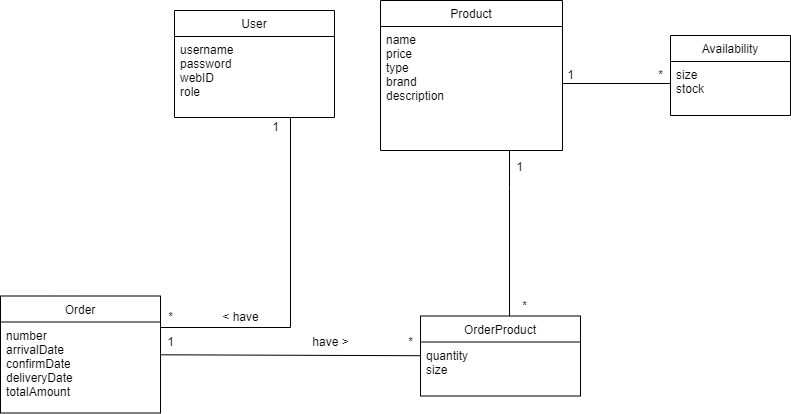
Earlier version of the draw.io export docs/images/domain_model.png (Arquisoft/dede_es5a). Source tidied: cells renumbered, new cells last; positions are measured from the earlier drawing's top-left corner, leaving out a move shared by most shapes.
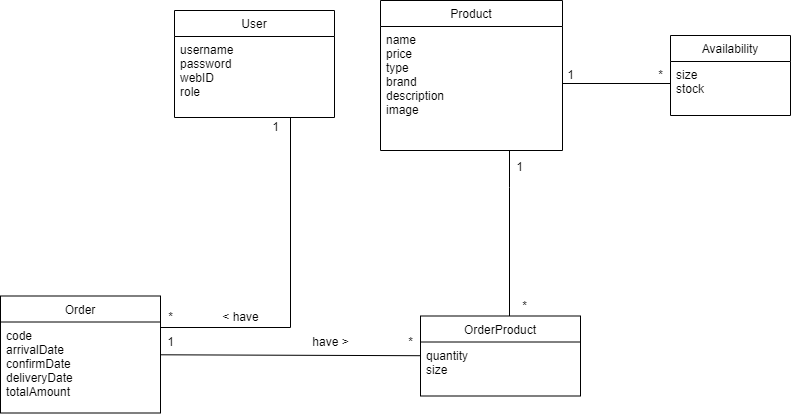
After the change.

Commit message:
"number" por "code" y "image" añadido

Diff of the diagram source:
```diff
@@ -11,7 +11,7 @@
     <mxCell id="4" value="Order" style="swimlane;fontStyle=0;align=center;verticalAlign=top;horizontal=1;startSize=26;rounded=0;shadow=0;strokeWidth=1;" parent="1" vertex="1">
       <mxGeometry y="295.5" width="160" height="117" as="geometry" />
     </mxCell>
-    <mxCell id="5" value="number&#10;arrivalDate&#10;confirmDate&#10;deliveryDate&#10;totalAmount" style="text;align=left;verticalAlign=top;spacingLeft=4;spacingRight=4;overflow=hidden;fontStyle=0;" parent="4" vertex="1">
+    <mxCell id="5" value="code&#10;arrivalDate&#10;confirmDate&#10;deliveryDate&#10;totalAmount" style="text;align=left;verticalAlign=top;spacingLeft=4;spacingRight=4;overflow=hidden;fontStyle=0;" parent="4" vertex="1">
       <mxGeometry y="26" width="160" height="84" as="geometry" />
     </mxCell>
     <mxCell id="6" style="endArrow=none;endSize=10;endFill=0;shadow=0;strokeWidth=1;rounded=0;edgeStyle=elbowEdgeStyle;elbow=vertical;" parent="1" edge="1" source="4" target="2">
@@ -24,7 +24,7 @@
     <mxCell id="7" value="Product" style="swimlane;fontStyle=0;align=center;verticalAlign=top;horizontal=1;startSize=26;rounded=0;shadow=0;strokeWidth=1;" parent="1" vertex="1">
       <mxGeometry x="380" width="182" height="150" as="geometry" />
     </mxCell>
-    <mxCell id="8" value="name&#10;price&#10;type&#10;brand&#10;description&#10;" style="text;align=left;verticalAlign=top;spacingLeft=4;spacingRight=4;overflow=hidden;points=[[0,0.5],[1,0.5]];portConstraint=eastwest;" parent="7" vertex="1">
+    <mxCell id="8" value="name&#10;price&#10;type&#10;brand&#10;description&#10;image" style="text;align=left;verticalAlign=top;spacingLeft=4;spacingRight=4;overflow=hidden;points=[[0,0.5],[1,0.5]];portConstraint=eastwest;" parent="7" vertex="1">
       <mxGeometry y="26" width="182" height="114" as="geometry" />
     </mxCell>
     <mxCell id="9" style="endArrow=none;endSize=10;endFill=0;shadow=0;strokeWidth=1;rounded=0;edgeStyle=elbowEdgeStyle;elbow=vertical;" parent="1" edge="1" source="15" target="7">
```
